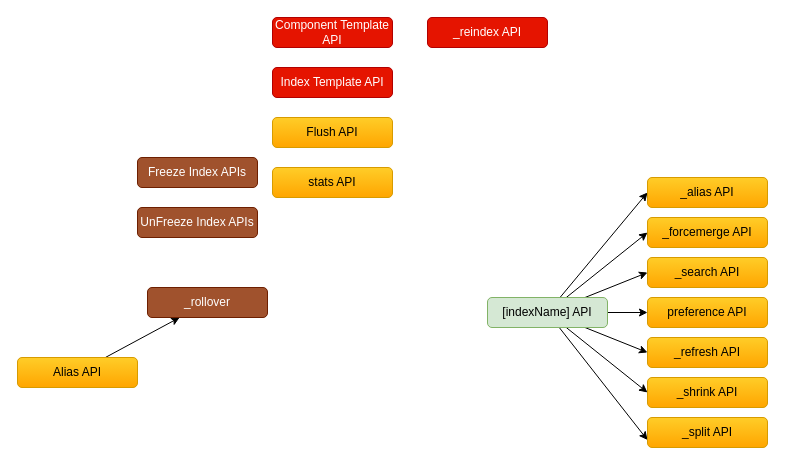
The draw.io diagram page "Index APIs" (1 of 4) of My Articles/elastic stack/ES REST APIs.drawio in paramothers/books, before the edit. Source tidied: cells renumbered, new cells numbered last; positions are measured from the earlier drawing's top-left corner, leaving out a move shared by most shapes. Both pictures are drawn from the tidied source at 100%, with x=0, y=0 at pixel (17, 17).
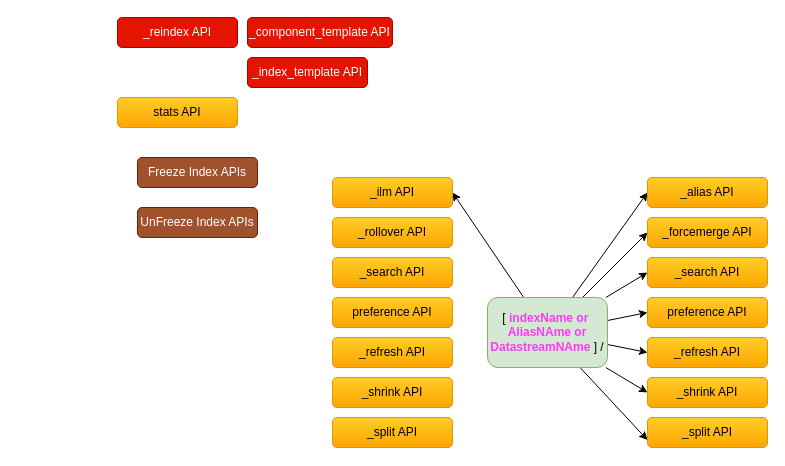
Above is the later version.

What changed in the source:
```diff
@@
-    <mxCell id="2" value="Component Template API" style="rounded=1;whiteSpace=wrap;html=1;fillColor=#e51400;strokeColor=#B20000;fontColor=#ffffff;" parent="1" vertex="1">
-      <mxGeometry x="255" width="120" height="30" as="geometry" />
+    <mxCell id="2" value="_component_template API" style="rounded=1;whiteSpace=wrap;html=1;fillColor=#e51400;strokeColor=#B20000;fontColor=#ffffff;" parent="1" vertex="1">
+      <mxGeometry x="230" width="145" height="30" as="geometry" />
     </mxCell>
-    <mxCell id="3" value="Index Template API" style="rounded=1;whiteSpace=wrap;html=1;fillColor=#e51400;strokeColor=#B20000;fontColor=#ffffff;" parent="1" vertex="1">
-      <mxGeometry x="255" y="50" width="120" height="30" as="geometry" />
+    <mxCell id="3" value="_index_template API" style="rounded=1;whiteSpace=wrap;html=1;fillColor=#e51400;strokeColor=#B20000;fontColor=#ffffff;" parent="1" vertex="1">
+      <mxGeometry x="230" y="40" width="120" height="30" as="geometry" />
     </mxCell>
@@
+    <mxCell id="27" style="edgeStyle=none;rounded=0;jettySize=auto;html=1;entryX=1;entryY=0.5;entryDx=0;entryDy=0;" parent="1" edge="1" source="13" target="33">
+      <mxGeometry relative="1" as="geometry" />
+    </mxCell>
-    <mxCell id="13" value="[indexName] API" style="rounded=1;whiteSpace=wrap;html=1;fillColor=#d5e8d4;strokeColor=#82b366;" parent="1" vertex="1">
-      <mxGeometry x="470" y="280" width="120" height="30" as="geometry" />
+    <mxCell id="13" value="[ &lt;font color=&quot;#ff38f8&quot;&gt;&lt;b&gt;indexName or&amp;nbsp;&lt;br&gt;AliasNAme or&lt;br&gt;DatastreamNAme &lt;/b&gt;&lt;/font&gt;] /" style="rounded=1;whiteSpace=wrap;html=1;fillColor=#d5e8d4;strokeColor=#82b366;" parent="1" vertex="1">
+      <mxGeometry x="470" y="280" width="120" height="70" as="geometry" />
     </mxCell>
     <mxCell id="14" value="stats API" style="rounded=1;whiteSpace=wrap;html=1;gradientColor=#ffa500;fillColor=#ffcd28;strokeColor=#d79b00;" parent="1" vertex="1">
-      <mxGeometry x="255" y="150" width="120" height="30" as="geometry" />
+      <mxGeometry x="100" y="80" width="120" height="30" as="geometry" />
     </mxCell>
-    <mxCell id="15" value="Flush API" style="rounded=1;whiteSpace=wrap;html=1;gradientColor=#ffa500;fillColor=#ffcd28;strokeColor=#d79b00;" parent="1" vertex="1">
-      <mxGeometry x="255" y="100" width="120" height="30" as="geometry" />
-    </mxCell>
@@
-    <mxCell id="20" style="edgeStyle=none;rounded=0;jettySize=auto;html=1;" parent="1" edge="1" source="21" target="22">
-      <mxGeometry relative="1" as="geometry" />
-    </mxCell>
-    <mxCell id="21" value="Alias API" style="rounded=1;whiteSpace=wrap;html=1;gradientColor=#ffa500;fillColor=#ffcd28;strokeColor=#d79b00;" parent="1" vertex="1">
-      <mxGeometry y="340" width="120" height="30" as="geometry" />
-    </mxCell>
-    <mxCell id="22" value="_rollover" style="rounded=1;whiteSpace=wrap;html=1;fillColor=#a0522d;strokeColor=#6D1F00;fontColor=#ffffff;" parent="1" vertex="1">
-      <mxGeometry x="130" y="270" width="120" height="30" as="geometry" />
-    </mxCell>
@@
     <mxCell id="24" value="_reindex API" style="rounded=1;whiteSpace=wrap;html=1;fillColor=#e51400;strokeColor=#B20000;fontColor=#ffffff;" parent="1" vertex="1">
-      <mxGeometry x="410" width="120" height="30" as="geometry" />
+      <mxGeometry x="100" width="120" height="30" as="geometry" />
     </mxCell>
@@
+    <mxCell id="28" value="_search API" style="rounded=1;whiteSpace=wrap;html=1;gradientColor=#ffa500;fillColor=#ffcd28;strokeColor=#d79b00;" parent="1" vertex="1">
+      <mxGeometry x="315" y="240" width="120" height="30" as="geometry" />
+    </mxCell>
+    <mxCell id="29" value="preference API" style="rounded=1;whiteSpace=wrap;html=1;gradientColor=#ffa500;fillColor=#ffcd28;strokeColor=#d79b00;" parent="1" vertex="1">
+      <mxGeometry x="315" y="280" width="120" height="30" as="geometry" />
+    </mxCell>
+    <mxCell id="30" value="_refresh API" style="rounded=1;whiteSpace=wrap;html=1;gradientColor=#ffa500;fillColor=#ffcd28;strokeColor=#d79b00;" parent="1" vertex="1">
+      <mxGeometry x="315" y="320" width="120" height="30" as="geometry" />
+    </mxCell>
+    <mxCell id="31" value="_shrink API" style="rounded=1;whiteSpace=wrap;html=1;gradientColor=#ffa500;fillColor=#ffcd28;strokeColor=#d79b00;" parent="1" vertex="1">
+      <mxGeometry x="315" y="360" width="120" height="30" as="geometry" />
+    </mxCell>
+    <mxCell id="32" value="_rollover API" style="rounded=1;whiteSpace=wrap;html=1;gradientColor=#ffa500;fillColor=#ffcd28;strokeColor=#d79b00;" parent="1" vertex="1">
+      <mxGeometry x="315" y="200" width="120" height="30" as="geometry" />
+    </mxCell>
+    <mxCell id="33" value="_ilm API" style="rounded=1;whiteSpace=wrap;html=1;gradientColor=#ffa500;fillColor=#ffcd28;strokeColor=#d79b00;" parent="1" vertex="1">
+      <mxGeometry x="315" y="160" width="120" height="30" as="geometry" />
+    </mxCell>
+    <mxCell id="34" value="_split API" style="rounded=1;whiteSpace=wrap;html=1;gradientColor=#ffa500;fillColor=#ffcd28;strokeColor=#d79b00;" parent="1" vertex="1">
+      <mxGeometry x="315" y="400" width="120" height="30" as="geometry" />
+    </mxCell>
```
